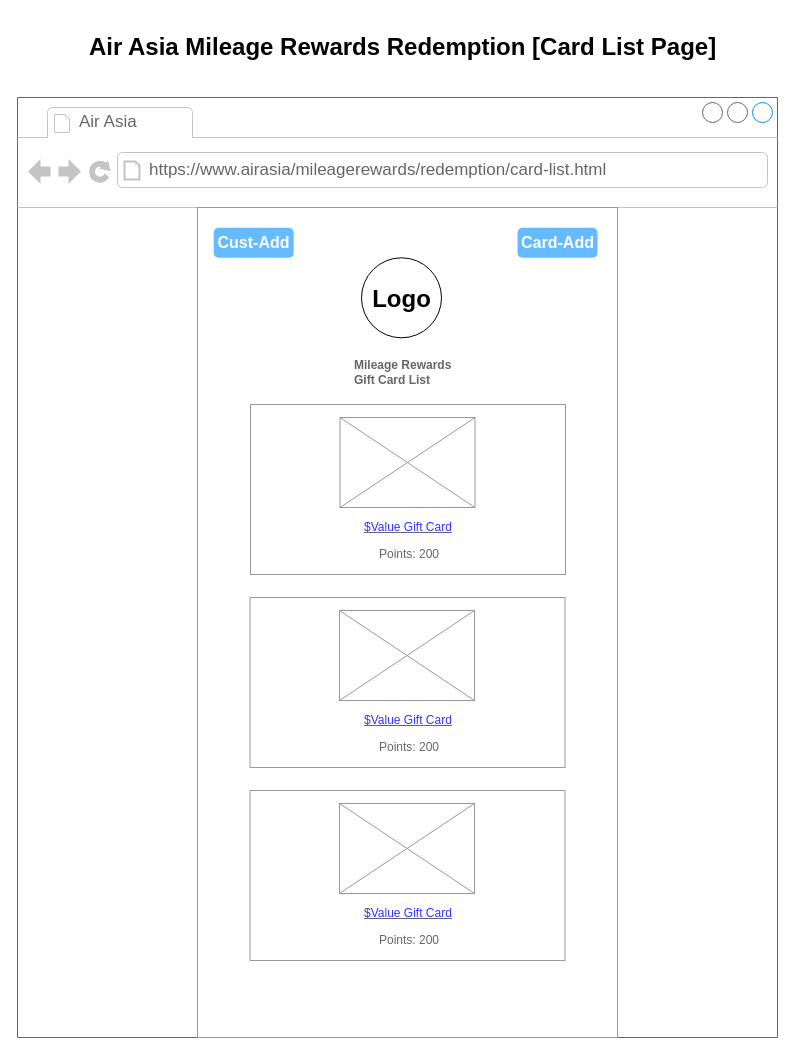
This is card-list.drawio from Stucki-Kyle/IS6465, a draw.io file, before an edit. Source tidied: cells renumbered, new cells numbered last; positions are measured from the earlier drawing's top-left corner, leaving out a move shared by most shapes. Both pictures are drawn from the tidied source at 100%, with x=0, y=0 at pixel (17, 17).
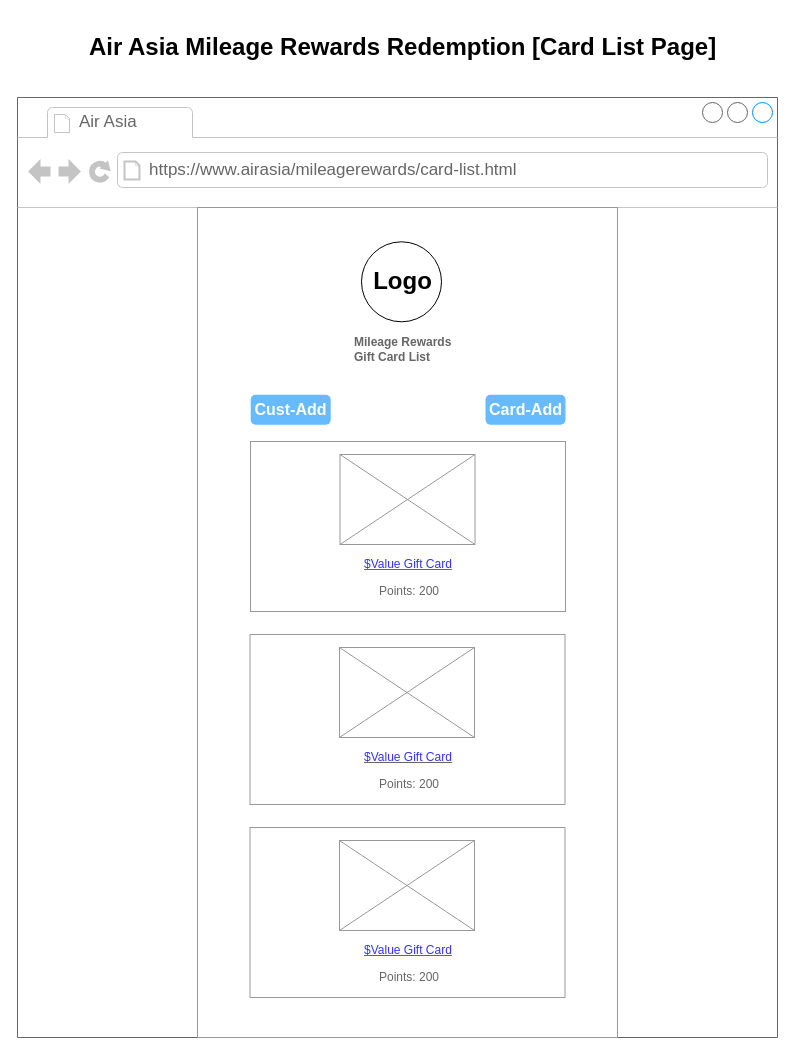
The same page after the edit.

Unchanged cells that the change refers to:
```xml
<mxCell id="2" style="strokeWidth=1;shadow=0;dashed=0;align=center;html=1;shape=mxgraph.mockup.containers.browserWindow;rSize=0;strokeColor=#666666;strokeColor2=#008cff;strokeColor3=#c4c4c4;mainText=,;" parent="1" vertex="1">
  <mxGeometry y="80" width="760" height="940" as="geometry" />
</mxCell>
<mxCell id="5" style="strokeWidth=1;shadow=0;dashed=0;align=center;html=1;shape=mxgraph.mockup.forms.rrect;rSize=0;strokeColor=#999999;fillColor=#ffffff;" parent="2" vertex="1">
  <mxGeometry x="180" y="110" width="420" height="830" as="geometry" />
</mxCell>
```

The edit, as a diff of the source:
```diff
@@
-    <mxCell id="4" value="https://www.airasia/mileagerewards/redemption/card-list.html" style="strokeWidth=1;shadow=0;dashed=0;align=center;html=1;shape=mxgraph.mockup.containers.anchor;rSize=0;fontSize=17;fontColor=#666666;align=left;" parent="2" vertex="1">
+    <mxCell id="4" value="https://www.airasia/mileagerewards/card-list.html" style="strokeWidth=1;shadow=0;dashed=0;align=center;html=1;shape=mxgraph.mockup.containers.anchor;rSize=0;fontSize=17;fontColor=#666666;align=left;" parent="2" vertex="1">
       <mxGeometry x="130" y="60" width="250" height="26" as="geometry" />
     </mxCell>
@@
     <mxCell id="6" value="&lt;b&gt;Mileage Rewards&lt;/b&gt;&lt;div&gt;&lt;b&gt;Gift Card List&lt;/b&gt;&lt;/div&gt;" style="strokeWidth=1;shadow=0;dashed=0;align=center;html=1;shape=mxgraph.mockup.forms.anchor;fontSize=12;fontColor=#666666;align=left;spacingLeft=0;" parent="5" vertex="1">
       <mxGeometry width="273" height="40" relative="1" as="geometry">
-        <mxPoint x="155" y="145" as="offset" />
+        <mxPoint x="155" y="122" as="offset" />
       </mxGeometry>
     </mxCell>
     <mxCell id="7" style="strokeWidth=1;shadow=0;dashed=0;align=center;html=1;shape=mxgraph.mockup.forms.rrect;rSize=0;strokeColor=#999999;fontColor=#666666;align=left;spacingLeft=5;" parent="5" vertex="1">
       <mxGeometry width="315" height="170" relative="1" as="geometry">
-        <mxPoint x="53" y="197" as="offset" />
+        <mxPoint x="53" y="234" as="offset" />
       </mxGeometry>
     </mxCell>
     <mxCell id="8" value="Points: 200" style="strokeWidth=1;shadow=0;dashed=0;align=center;html=1;shape=mxgraph.mockup.forms.anchor;fontSize=12;fontColor=#666666;align=left;spacingLeft=0;" parent="5" vertex="1">
       <mxGeometry width="70" height="20" relative="1" as="geometry">
-        <mxPoint x="180" y="337" as="offset" />
+        <mxPoint x="180" y="374" as="offset" />
       </mxGeometry>
     </mxCell>
     <mxCell id="9" style="ellipse;whiteSpace=wrap;html=1;" parent="5" vertex="1">
-      <mxGeometry x="164" y="50.3" width="80" height="80" as="geometry" />
+      <mxGeometry x="164" y="34.3" width="80" height="80" as="geometry" />
     </mxCell>
     <mxCell id="10" value="Logo" style="text;strokeColor=none;fillColor=none;html=1;fontSize=24;fontStyle=1;verticalAlign=middle;align=center;" parent="5" vertex="1">
-      <mxGeometry x="99.2" y="41.6" width="210" height="100.6" as="geometry" />
+      <mxGeometry x="100" y="51.6" width="210" height="45.4" as="geometry" />
     </mxCell>
     <mxCell id="11" value="Cust-Add" style="strokeWidth=1;shadow=0;dashed=0;align=center;html=1;shape=mxgraph.mockup.forms.rrect;rSize=5;strokeColor=none;fontColor=#ffffff;fillColor=#66bbff;fontSize=16;fontStyle=1;" parent="5" vertex="1">
-      <mxGeometry x="16.2" y="20.3" width="80" height="30" as="geometry" />
+      <mxGeometry x="53.2" y="187.3" width="80" height="30" as="geometry" />
     </mxCell>
     <mxCell id="12" value="Card-Add" style="strokeWidth=1;shadow=0;dashed=0;align=center;html=1;shape=mxgraph.mockup.forms.rrect;rSize=5;strokeColor=none;fontColor=#ffffff;fillColor=#66bbff;fontSize=16;fontStyle=1;" parent="5" vertex="1">
-      <mxGeometry x="320" y="20.3" width="80" height="30" as="geometry" />
+      <mxGeometry x="288" y="187.3" width="80" height="30" as="geometry" />
     </mxCell>
     <mxCell id="13" style="verticalLabelPosition=bottom;shadow=0;dashed=0;align=center;html=1;verticalAlign=top;strokeWidth=1;shape=mxgraph.mockup.graphics.simpleIcon;strokeColor=#999999;" parent="5" vertex="1">
-      <mxGeometry x="142.5" y="210" width="135" height="90" as="geometry" />
+      <mxGeometry x="142.5" y="247" width="135" height="90" as="geometry" />
     </mxCell>
     <mxCell id="14" value="&lt;u&gt;&lt;font color=&quot;#3333ff&quot;&gt;$Value Gift Card&lt;/font&gt;&lt;/u&gt;" style="strokeWidth=1;shadow=0;dashed=0;align=center;html=1;shape=mxgraph.mockup.forms.anchor;fontSize=12;fontColor=#666666;align=left;spacingLeft=0;" parent="5" vertex="1">
-      <mxGeometry x="165" y="310" width="115" height="20" as="geometry" />
+      <mxGeometry x="165" y="347" width="115" height="20" as="geometry" />
     </mxCell>
     <mxCell id="15" style="strokeWidth=1;shadow=0;dashed=0;align=center;html=1;shape=mxgraph.mockup.forms.rrect;rSize=0;strokeColor=#999999;fontColor=#666666;align=left;spacingLeft=5;" parent="5" vertex="1">
-      <mxGeometry x="52.5" y="390" width="315" height="170" as="geometry" />
+      <mxGeometry x="52.5" y="427" width="315" height="170" as="geometry" />
     </mxCell>
     <mxCell id="16" value="Points: 200" style="strokeWidth=1;shadow=0;dashed=0;align=center;html=1;shape=mxgraph.mockup.forms.anchor;fontSize=12;fontColor=#666666;align=left;spacingLeft=0;" parent="5" vertex="1">
-      <mxGeometry x="179.5" y="530" width="70" height="20" as="geometry" />
+      <mxGeometry x="179.5" y="567" width="70" height="20" as="geometry" />
     </mxCell>
     <mxCell id="17" style="verticalLabelPosition=bottom;shadow=0;dashed=0;align=center;html=1;verticalAlign=top;strokeWidth=1;shape=mxgraph.mockup.graphics.simpleIcon;strokeColor=#999999;" parent="5" vertex="1">
-      <mxGeometry x="142" y="403" width="135" height="90" as="geometry" />
+      <mxGeometry x="142" y="440" width="135" height="90" as="geometry" />
     </mxCell>
     <mxCell id="18" value="&lt;u&gt;&lt;font color=&quot;#3333ff&quot;&gt;$Value Gift Card&lt;/font&gt;&lt;/u&gt;" style="strokeWidth=1;shadow=0;dashed=0;align=center;html=1;shape=mxgraph.mockup.forms.anchor;fontSize=12;fontColor=#666666;align=left;spacingLeft=0;" parent="5" vertex="1">
-      <mxGeometry x="164.5" y="503" width="115" height="20" as="geometry" />
+      <mxGeometry x="164.5" y="540" width="115" height="20" as="geometry" />
     </mxCell>
     <mxCell id="19" style="strokeWidth=1;shadow=0;dashed=0;align=center;html=1;shape=mxgraph.mockup.forms.rrect;rSize=0;strokeColor=#999999;fontColor=#666666;align=left;spacingLeft=5;" parent="5" vertex="1">
-      <mxGeometry x="52.5" y="583" width="315" height="170" as="geometry" />
+      <mxGeometry x="52.5" y="620" width="315" height="170" as="geometry" />
     </mxCell>
     <mxCell id="20" value="Points: 200" style="strokeWidth=1;shadow=0;dashed=0;align=center;html=1;shape=mxgraph.mockup.forms.anchor;fontSize=12;fontColor=#666666;align=left;spacingLeft=0;" parent="5" vertex="1">
-      <mxGeometry x="179.5" y="723" width="70" height="20" as="geometry" />
+      <mxGeometry x="179.5" y="760" width="70" height="20" as="geometry" />
     </mxCell>
     <mxCell id="21" style="verticalLabelPosition=bottom;shadow=0;dashed=0;align=center;html=1;verticalAlign=top;strokeWidth=1;shape=mxgraph.mockup.graphics.simpleIcon;strokeColor=#999999;" parent="5" vertex="1">
-      <mxGeometry x="142" y="596" width="135" height="90" as="geometry" />
+      <mxGeometry x="142" y="633" width="135" height="90" as="geometry" />
     </mxCell>
     <mxCell id="22" value="&lt;u&gt;&lt;font color=&quot;#3333ff&quot;&gt;$Value Gift Card&lt;/font&gt;&lt;/u&gt;" style="strokeWidth=1;shadow=0;dashed=0;align=center;html=1;shape=mxgraph.mockup.forms.anchor;fontSize=12;fontColor=#666666;align=left;spacingLeft=0;" parent="5" vertex="1">
-      <mxGeometry x="164.5" y="696" width="115" height="20" as="geometry" />
+      <mxGeometry x="164.5" y="733" width="115" height="20" as="geometry" />
     </mxCell>
```
